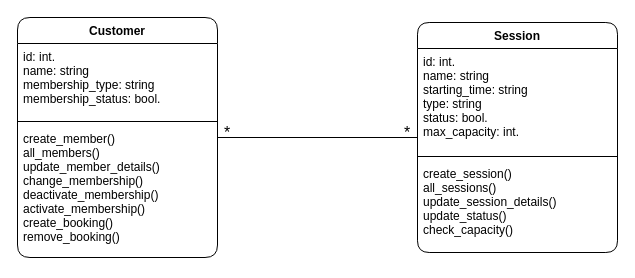
The draw.io diagram Diagrams/Class Diagram.drawio in MichaelWales/GymDex-Solo-Project, before the edit. Source tidied: cells renumbered, new cells numbered last; positions are measured from the earlier drawing's top-left corner, leaving out a move shared by most shapes. Both pictures are drawn from the tidied source at 100%, with x=0, y=0 at pixel (17, 17).
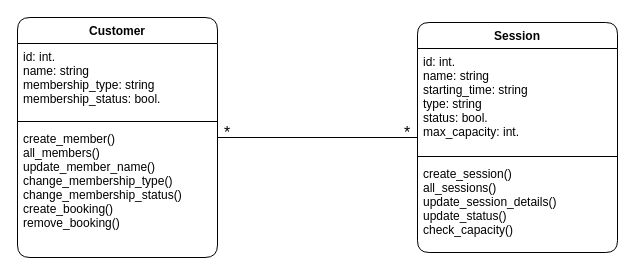
The same page after the edit.

Commit message (it also covers changes not shown here):
Adds file and setup for Session Class

Change to the diagram source:
```diff
@@
 <mxGraphModel>
   <root>
     <mxCell id="0" />
     <mxCell id="1" parent="0" />
     <mxCell id="2" style="edgeStyle=orthogonalEdgeStyle;rounded=1;jettySize=auto;html=1;jumpStyle=none;endArrow=none;endFill=0;strokeWidth=1;startArrow=none;startFill=0;" parent="1" edge="1" source="9" target="5">
       <mxGeometry relative="1" as="geometry" />
     </mxCell>
     <mxCell id="3" value="*" style="text;html=1;strokeColor=none;fillColor=none;align=center;verticalAlign=middle;whiteSpace=wrap;rounded=0;fontSize=16;" parent="1" vertex="1">
       <mxGeometry x="190" y="105" width="40" height="20" as="geometry" />
     </mxCell>
     <mxCell id="4" value="*" style="text;html=1;strokeColor=none;fillColor=none;align=center;verticalAlign=middle;whiteSpace=wrap;rounded=0;fontSize=16;" parent="1" vertex="1">
       <mxGeometry x="370" y="105" width="40" height="20" as="geometry" />
     </mxCell>
     <mxCell id="5" value="Customer" style="swimlane;fontStyle=1;align=center;verticalAlign=top;horizontal=1;startSize=26;rounded=1;glass=0;comic=0;strokeWidth=1;gradientColor=none;swimlaneFillColor=#ffffff;arcSize=16;" parent="1" vertex="1">
       <mxGeometry width="200" height="240" as="geometry" />
     </mxCell>
     <mxCell id="6" value="id: int.&#10;name: string&#10;membership_type: string&#10;membership_status: bool." style="text;strokeColor=none;fillColor=none;align=left;verticalAlign=top;spacingLeft=4;spacingRight=4;overflow=hidden;spacing=2;" parent="5" vertex="1">
       <mxGeometry y="26" width="200" height="74" as="geometry" />
     </mxCell>
     <mxCell id="7" style="line;strokeWidth=1;fillColor=none;align=left;verticalAlign=middle;spacingTop=-1;spacingLeft=3;spacingRight=3;labelPosition=right;" parent="5" vertex="1">
       <mxGeometry y="100" width="200" height="8" as="geometry" />
     </mxCell>
-    <mxCell id="8" value="create_member()&#10;all_members()&#10;update_member_details()&#10;change_membership()&#10;deactivate_membership()&#10;activate_membership()&#10;create_booking()&#10;remove_booking()" style="text;strokeColor=none;fillColor=none;align=left;verticalAlign=top;spacingLeft=4;spacingRight=4;overflow=hidden;" parent="5" vertex="1">
+    <mxCell id="8" value="create_member()&#10;all_members()&#10;update_member_name()&#10;change_membership_type()&#10;change_membership_status()&#10;create_booking()&#10;remove_booking()" style="text;strokeColor=none;fillColor=none;align=left;verticalAlign=top;spacingLeft=4;spacingRight=4;overflow=hidden;" parent="5" vertex="1">
       <mxGeometry y="108" width="200" height="132" as="geometry" />
     </mxCell>
     <mxCell id="9" value="Session" style="swimlane;fontStyle=1;align=center;verticalAlign=top;horizontal=1;startSize=26;rounded=1;glass=0;comic=0;strokeWidth=1;gradientColor=none;swimlaneFillColor=#ffffff;" parent="1" vertex="1">
       <mxGeometry x="400" y="5" width="200" height="230" as="geometry" />
     </mxCell>
     <mxCell id="10" value="id: int.&#10;name: string&#10;starting_time: string&#10;type: string&#10;status: bool.&#10;max_capacity: int." style="text;strokeColor=none;fillColor=none;align=left;verticalAlign=top;spacingLeft=4;spacingRight=4;overflow=hidden;spacing=2;" parent="9" vertex="1">
       <mxGeometry y="26" width="200" height="104" as="geometry" />
     </mxCell>
     <mxCell id="11" style="line;strokeWidth=1;fillColor=none;align=left;verticalAlign=middle;spacingTop=-1;spacingLeft=3;spacingRight=3;labelPosition=right;" parent="9" vertex="1">
       <mxGeometry y="130" width="200" height="8" as="geometry" />
     </mxCell>
     <mxCell id="12" value="create_session()&#10;all_sessions()&#10;update_session_details()&#10;update_status()&#10;check_capacity()" style="text;strokeColor=none;fillColor=none;align=left;verticalAlign=top;spacingLeft=4;spacingRight=4;overflow=hidden;" parent="9" vertex="1">
       <mxGeometry y="138" width="200" height="92" as="geometry" />
     </mxCell>
   </root>
 </mxGraphModel>
```
